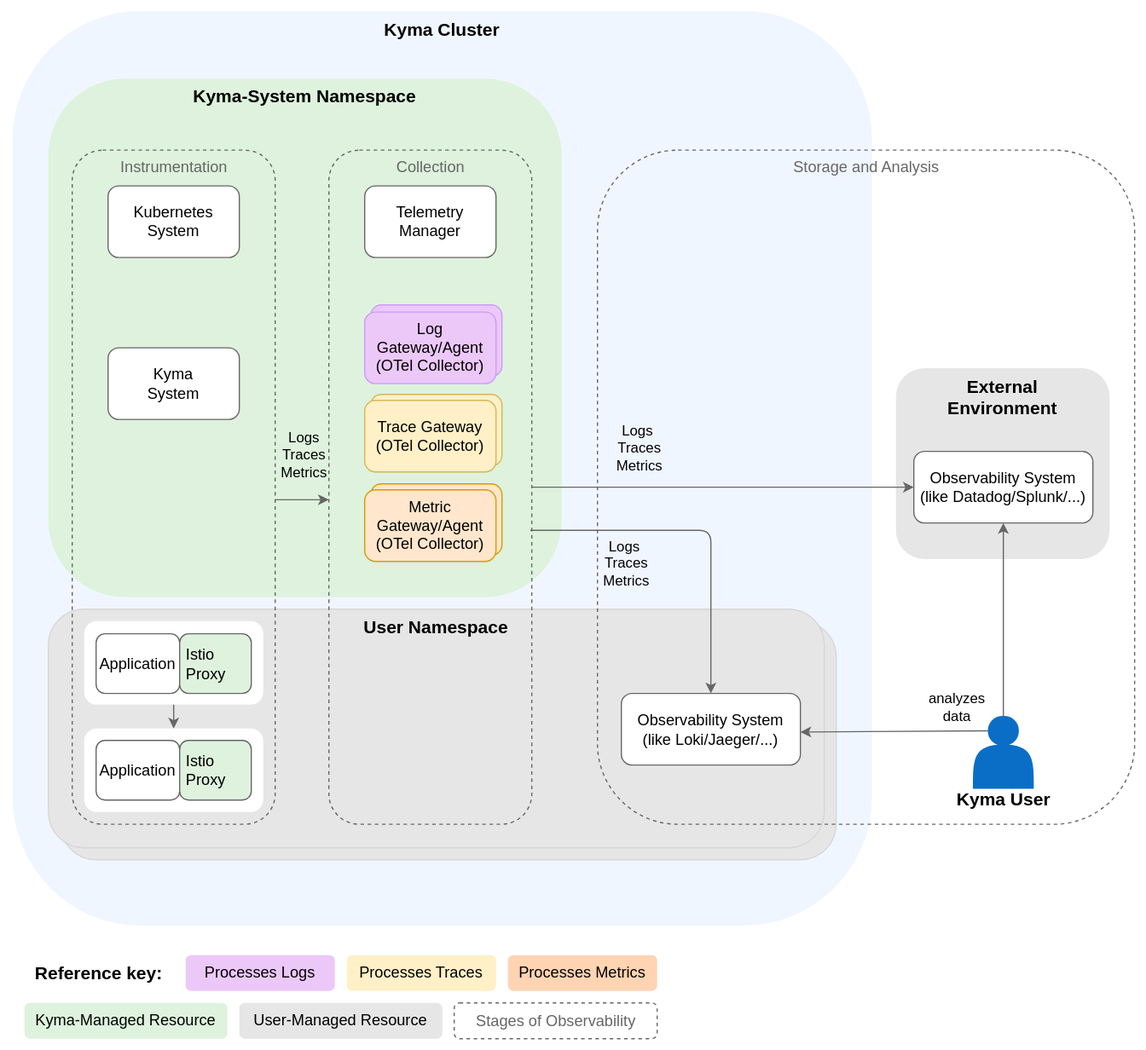
The draw.io diagram docs/user/assets/telemetry-arch.drawio.svg in kyma-project/telemetry-manager, before a commit. Source tidied: cells renumbered, new cells last; positions are measured from the earlier drawing's top-left corner, leaving out a move shared by most shapes.
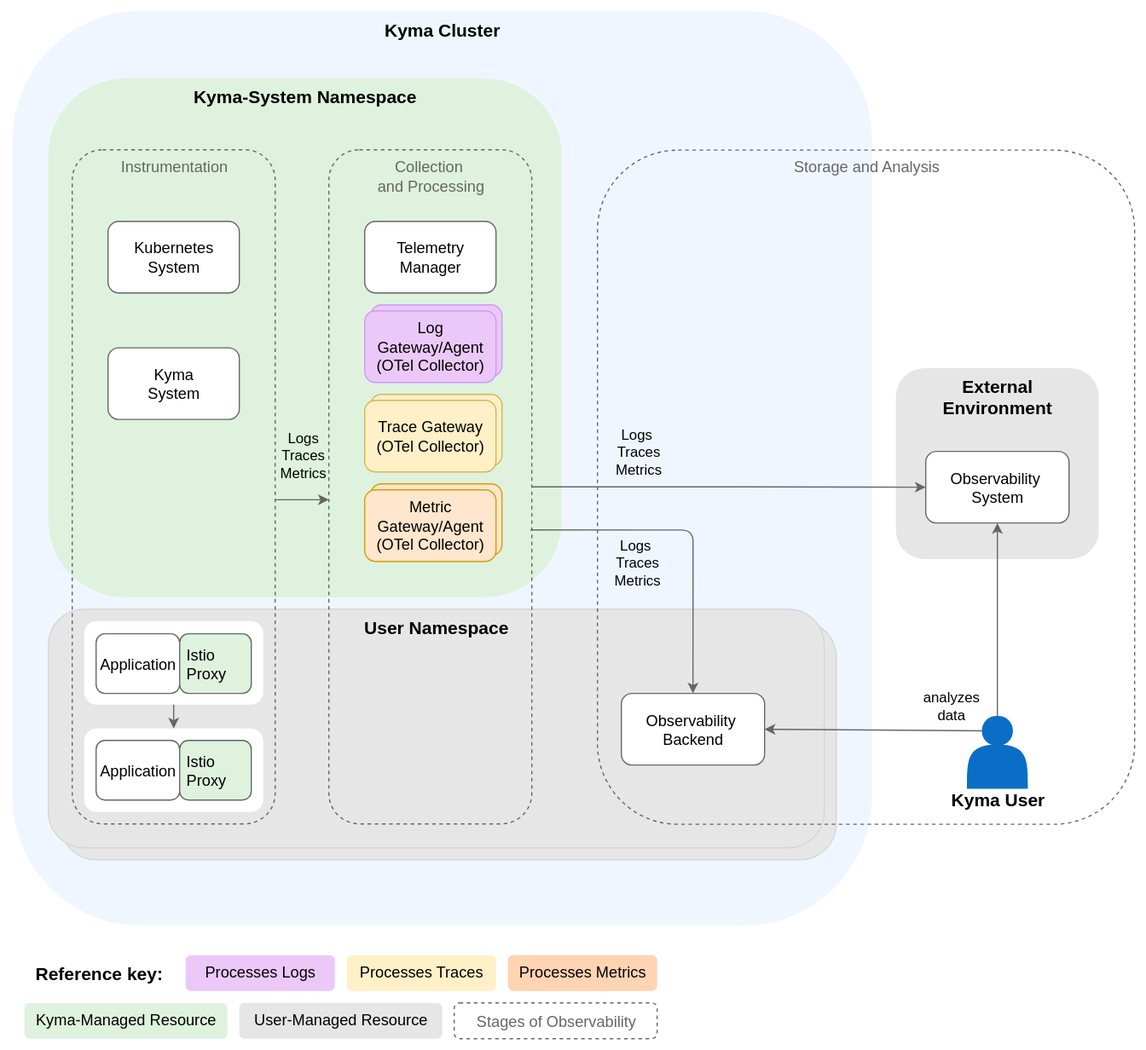
After the commit.

Commit message:
update telemetry architecture diagrams

The edit, as a diff of the source:
```diff
@@ -21,14 +21,14 @@
       <mxGeometry x="500" y="125.3" width="450" height="565" as="geometry" />
     </mxCell>
     <mxCell id="8" value="&lt;b style=&quot;color: rgb(0, 0, 0);&quot;&gt;&lt;font style=&quot;font-size: 15px;&quot;&gt;External&lt;br&gt;Environment&lt;br&gt;&lt;/font&gt;&lt;/b&gt;" style="rounded=1;whiteSpace=wrap;html=1;fillColor=#e6e6e6;strokeColor=none;fontColor=#333333;verticalAlign=top;" parent="1" vertex="1">
-      <mxGeometry x="750" y="308" width="179" height="160" as="geometry" />
+      <mxGeometry x="750" y="308" width="170" height="160" as="geometry" />
     </mxCell>
     <mxCell id="9" style="edgeStyle=orthogonalEdgeStyle;rounded=1;jettySize=auto;html=1;entryX=0;entryY=0.5;entryDx=0;entryDy=0;strokeColor=#666666;exitX=1;exitY=0.5;exitDx=0;exitDy=0;" parent="1" edge="1" source="20" target="13">
       <mxGeometry relative="1" as="geometry" />
     </mxCell>
     <mxCell id="10" value="Logs&amp;nbsp;&lt;br style=&quot;font-size: 12px;&quot;&gt;Traces&lt;br style=&quot;font-size: 12px;&quot;&gt;Metrics" style="edgeLabel;html=1;align=center;verticalAlign=middle;labelBackgroundColor=none;fontSize=12;" parent="9" vertex="1">
       <mxGeometry x="-0.14" y="-2" relative="1" as="geometry">
-        <mxPoint x="-49" y="-35" as="offset" />
+        <mxPoint x="-54" y="-32" as="offset" />
       </mxGeometry>
     </mxCell>
     <mxCell id="11" style="edgeStyle=orthogonalEdgeStyle;rounded=1;jettySize=auto;html=1;entryX=0.5;entryY=0;entryDx=0;entryDy=0;strokeColor=#666666;exitX=0.993;exitY=0.564;exitDx=0;exitDy=0;exitPerimeter=0;" parent="1" edge="1" source="20" target="14">
@@ -36,14 +36,14 @@
     </mxCell>
     <mxCell id="12" value="Logs&amp;nbsp;&lt;br style=&quot;border-color: var(--border-color); font-size: 12px;&quot;&gt;Traces&lt;br style=&quot;font-size: 12px;&quot;&gt;Metrics" style="edgeLabel;html=1;align=center;verticalAlign=middle;labelBackgroundColor=none;fontSize=12;" parent="11" vertex="1">
       <mxGeometry x="-0.39" y="-4" relative="1" as="geometry">
-        <mxPoint x="-7" y="24" as="offset" />
+        <mxPoint x="6" y="23" as="offset" />
       </mxGeometry>
     </mxCell>
-    <mxCell id="13" value="Observability System&lt;br style=&quot;font-size: 13px;&quot;&gt;(like Datadog/Splunk/...)" style="rounded=1;whiteSpace=wrap;html=1;fontColor=#000000;fillColor=#FFFFFF;strokeColor=#666666;fontSize=13;" parent="1" vertex="1">
-      <mxGeometry x="765" y="377.8" width="150" height="60" as="geometry" />
+    <mxCell id="13" value="Observability&amp;nbsp;&lt;div&gt;System&lt;br&gt;&lt;/div&gt;" style="rounded=1;whiteSpace=wrap;html=1;fontColor=#000000;fillColor=#FFFFFF;strokeColor=#666666;fontSize=13;" parent="1" vertex="1">
+      <mxGeometry x="775" y="377.8" width="120" height="60" as="geometry" />
     </mxCell>
-    <mxCell id="14" value="Observability System&lt;br style=&quot;font-size: 13px;&quot;&gt;(like Loki/Jaeger/...)" style="rounded=1;whiteSpace=wrap;html=1;fontColor=#000000;fillColor=#FFFFFF;strokeColor=#666666;fontSize=13;" parent="1" vertex="1">
-      <mxGeometry x="520" y="580.7" width="150" height="60" as="geometry" />
+    <mxCell id="14" value="Observability&amp;nbsp;&lt;div&gt;Backend&lt;br&gt;&lt;/div&gt;" style="rounded=1;whiteSpace=wrap;html=1;fontColor=#000000;fillColor=#FFFFFF;strokeColor=#666666;fontSize=13;" parent="1" vertex="1">
+      <mxGeometry x="520" y="580.7" width="120" height="60" as="geometry" />
     </mxCell>
     <mxCell id="15" style="edgeStyle=orthogonalEdgeStyle;rounded=1;orthogonalLoop=1;jettySize=auto;html=1;entryX=0;entryY=0.5;entryDx=0;entryDy=0;strokeColor=#666666;labelBackgroundColor=none;fontColor=#666666;" parent="1" edge="1">
       <mxGeometry relative="1" as="geometry">
@@ -57,19 +57,19 @@
       </mxGeometry>
     </mxCell>
     <mxCell id="17" value="&lt;font color=&quot;#666666&quot; style=&quot;font-size: 13px;&quot;&gt;Instrumentation&lt;br style=&quot;font-size: 13px;&quot;&gt;&lt;/font&gt;" style="html=1;fillColor=none;strokeColor=#666666;rounded=1;dashed=1;verticalAlign=top;fontSize=13;" parent="1" vertex="1">
-      <mxGeometry x="60" y="125.3" width="170" height="565" as="geometry" />
+      <mxGeometry x="60" y="125" width="170" height="565" as="geometry" />
     </mxCell>
     <mxCell id="18" value="Kubernetes&lt;br style=&quot;font-size: 13px;&quot;&gt;System" style="rounded=1;whiteSpace=wrap;html=1;fillColor=#FFFFFF;strokeColor=#666666;fontColor=#000000;fontSize=13;" parent="1" vertex="1">
-      <mxGeometry x="90" y="155.3" width="110" height="60" as="geometry" />
+      <mxGeometry x="90" y="185" width="110" height="60" as="geometry" />
     </mxCell>
     <mxCell id="19" value="Kyma&lt;br style=&quot;font-size: 13px;&quot;&gt;System" style="rounded=1;whiteSpace=wrap;html=1;fillColor=#FFFFFF;strokeColor=#666666;fontColor=#000000;fontSize=13;" parent="1" vertex="1">
       <mxGeometry x="90" y="291" width="110" height="60" as="geometry" />
     </mxCell>
-    <mxCell id="20" value="&lt;font color=&quot;#666666&quot; style=&quot;font-size: 13px;&quot;&gt;Collection&lt;br style=&quot;font-size: 13px;&quot;&gt;&lt;/font&gt;" style="html=1;fillColor=none;strokeColor=#666666;rounded=1;dashed=1;verticalAlign=top;fontSize=13;" parent="1" vertex="1">
-      <mxGeometry x="275" y="125.3" width="170" height="565" as="geometry" />
+    <mxCell id="20" value="&lt;font color=&quot;#666666&quot; style=&quot;font-size: 13px;&quot;&gt;Collection&amp;nbsp;&lt;/font&gt;&lt;div&gt;&lt;font color=&quot;#666666&quot; style=&quot;font-size: 13px;&quot;&gt;and Processing&lt;br style=&quot;font-size: 13px;&quot;&gt;&lt;/font&gt;&lt;/div&gt;" style="html=1;fillColor=none;strokeColor=#666666;rounded=1;dashed=1;verticalAlign=top;fontSize=13;" parent="1" vertex="1">
+      <mxGeometry x="275" y="125" width="170" height="565" as="geometry" />
     </mxCell>
     <mxCell id="21" value="Telemetry&lt;br style=&quot;font-size: 13px;&quot;&gt;Manager" style="rounded=1;whiteSpace=wrap;html=1;fontColor=#000000;fillColor=#FFFFFF;strokeColor=#666666;fontSize=13;" parent="1" vertex="1">
-      <mxGeometry x="305" y="155.3" width="110" height="60" as="geometry" />
+      <mxGeometry x="305" y="185" width="110" height="60" as="geometry" />
     </mxCell>
     <mxCell id="22" value="Log Agent&lt;br&gt;(Fluent Bit)" style="rounded=1;whiteSpace=wrap;html=1;fillColor=#ecc8f9;strokeColor=#CC99FF;fontColor=#000000;" parent="1" vertex="1">
       <mxGeometry x="310" y="255" width="110" height="60" as="geometry" />
@@ -99,7 +99,7 @@
       <mxGeometry x="310" y="405" width="110" height="60" as="geometry" />
     </mxCell>
     <mxCell id="31" style="group;" parent="1" vertex="1">
-      <mxGeometry x="795" y="600" width="90" height="79" as="geometry" />
+      <mxGeometry x="790" y="600" width="90" height="79" as="geometry" />
     </mxCell>
     <mxCell id="32" style="shape=actor;whiteSpace=wrap;html=1;fillColor=#0A6EC7;strokeColor=#0A6EC7;" parent="31" vertex="1">
       <mxGeometry x="20" width="50" height="60" as="geometry" />
@@ -107,26 +107,16 @@
     <mxCell id="33" value="&lt;font style=&quot;font-size: 15px&quot;&gt;&lt;b&gt;Kyma User&lt;/b&gt;&lt;/font&gt;" style="text;html=1;align=center;verticalAlign=middle;fontSize=15;" parent="31" vertex="1">
       <mxGeometry y="59" width="90" height="20" as="geometry" />
     </mxCell>
-    <mxCell id="34" style="rounded=1;jettySize=auto;html=1;strokeColor=#666666;entryX=0.5;entryY=1;entryDx=0;entryDy=0;exitX=0.5;exitY=0;exitDx=0;exitDy=0;edgeStyle=orthogonalEdgeStyle;" parent="1" edge="1" source="32" target="13">
-      <mxGeometry relative="1" as="geometry">
-        <Array as="points">
-          <mxPoint x="840" y="600" />
-          <mxPoint x="840" y="600" />
-        </Array>
-      </mxGeometry>
+    <mxCell id="34" style="rounded=1;jettySize=auto;html=1;strokeColor=#666666;entryX=0.5;entryY=1;entryDx=0;entryDy=0;exitX=0.5;exitY=0;exitDx=0;exitDy=0;" parent="1" edge="1" source="32" target="13">
+      <mxGeometry relative="1" as="geometry" />
     </mxCell>
     <mxCell id="35" value="&lt;font style=&quot;font-size: 12px;&quot;&gt;analyzes &lt;br style=&quot;font-size: 12px;&quot;&gt;data&lt;br&gt;&lt;/font&gt;" style="edgeLabel;html=1;align=center;verticalAlign=middle;fontSize=12;labelBackgroundColor=none;" parent="34" vertex="1">
       <mxGeometry x="-0.05" relative="1" as="geometry">
         <mxPoint x="-40" y="68" as="offset" />
       </mxGeometry>
     </mxCell>
-    <mxCell id="36" style="rounded=1;jettySize=auto;html=1;strokeColor=#666666;exitX=0.25;exitY=0.2;exitDx=0;exitDy=0;exitPerimeter=0;edgeStyle=orthogonalEdgeStyle;" parent="1" edge="1" source="32">
-      <mxGeometry relative="1" as="geometry">
-        <mxPoint x="670" y="613" as="targetPoint" />
-        <Array as="points">
-          <mxPoint x="670" y="612" />
-        </Array>
-      </mxGeometry>
+    <mxCell id="36" style="rounded=1;jettySize=auto;html=1;strokeColor=#666666;exitX=0.25;exitY=0.2;exitDx=0;exitDy=0;exitPerimeter=0;entryX=1;entryY=0.5;entryDx=0;entryDy=0;" parent="1" edge="1" source="32" target="14">
+      <mxGeometry relative="1" as="geometry" />
     </mxCell>
     <mxCell id="37" value="Metric Gateway/Agent&lt;br style=&quot;font-size: 13px;&quot;&gt;(OTel&amp;nbsp;Collector)" style="rounded=1;whiteSpace=wrap;html=1;fillColor=#ffe6cc;strokeColor=#d79b00;fontSize=13;" parent="1" vertex="1">
       <mxGeometry x="305" y="410" width="110" height="60" as="geometry" />
@@ -135,7 +125,7 @@
       <mxGeometry x="305" y="335" width="110" height="60" as="geometry" />
     </mxCell>
     <mxCell id="39" value="Log Gateway/Agent&lt;br style=&quot;font-size: 13px;&quot;&gt;(OTel Collector)" style="rounded=1;whiteSpace=wrap;html=1;fillColor=#ecc8f9;strokeColor=#CC99FF;fontColor=#000000;fontSize=13;" parent="1" vertex="1">
-      <mxGeometry x="305" y="261" width="110" height="60" as="geometry" />
+      <mxGeometry x="305" y="260" width="110" height="60" as="geometry" />
     </mxCell>
     <mxCell id="40" style="rounded=1;whiteSpace=wrap;html=1;fillColor=#FFFFFF;strokeColor=none;fontColor=#000000;dashed=1;dashPattern=1 4;" parent="1" vertex="1">
       <mxGeometry x="70" y="520" width="150" height="70" as="geometry" />
```
